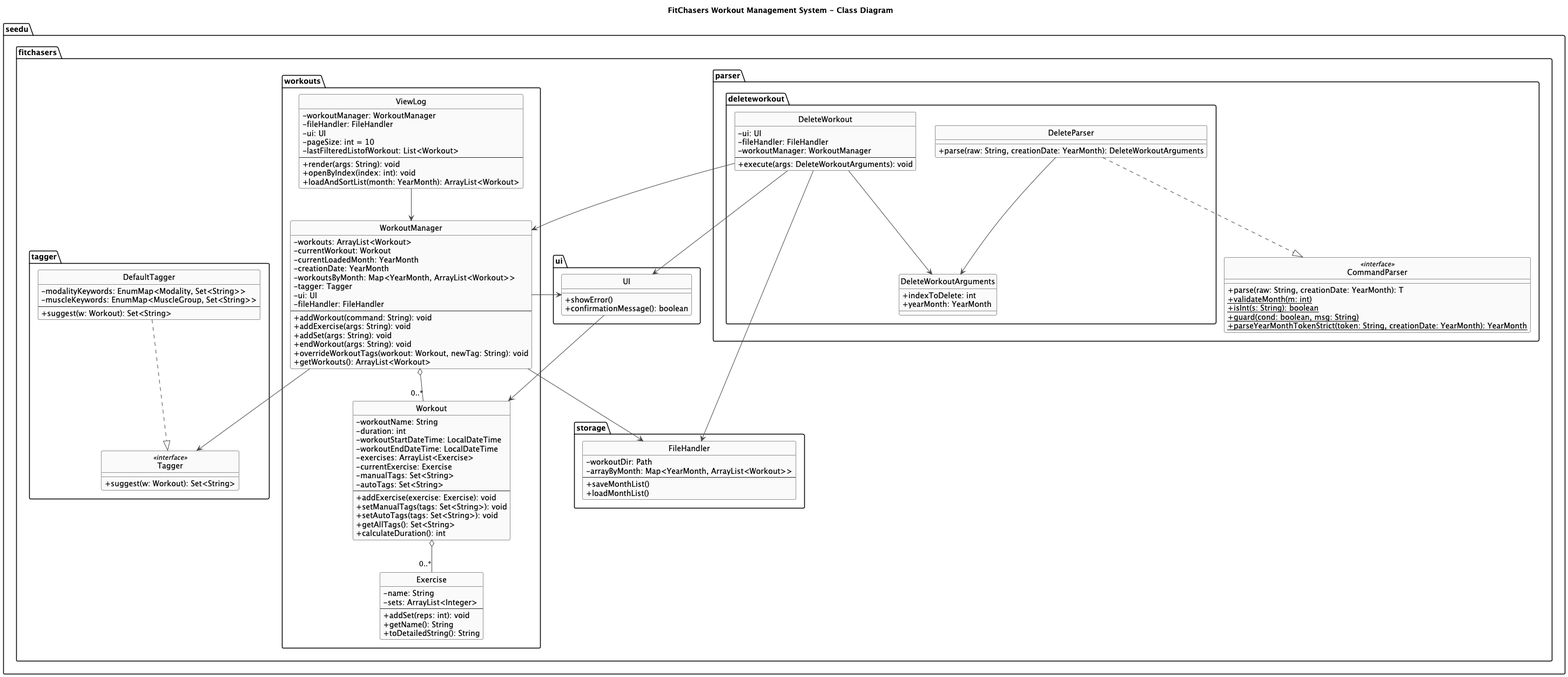
The PlantUML diagram docs/diagrams/WorkoutManager_class_diagram.png in Exceptional-Khoi/tp, before a commit.
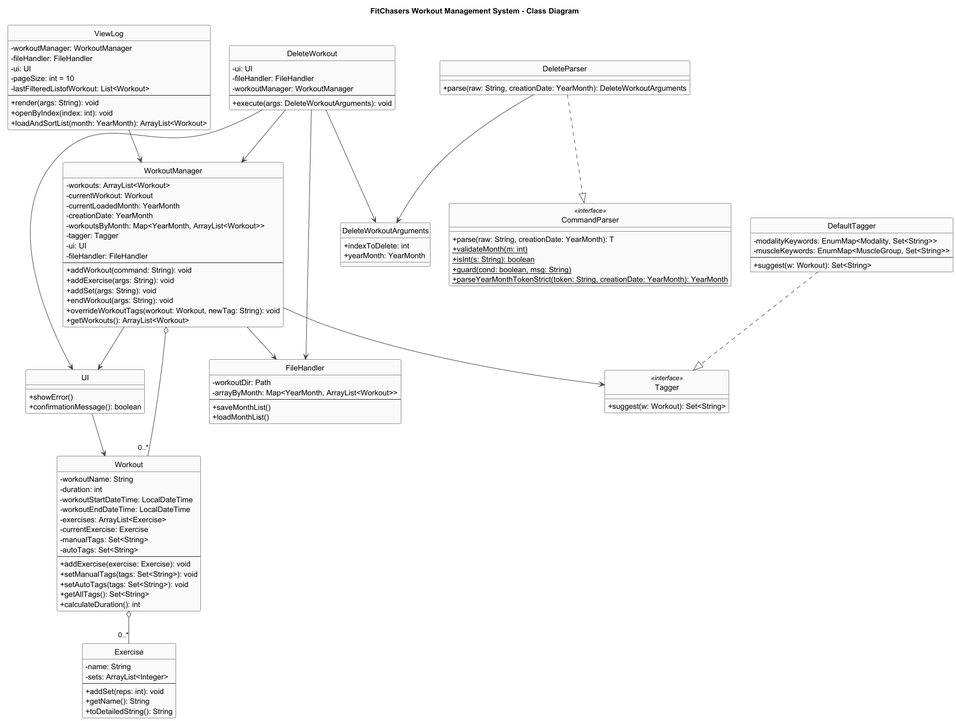
The same diagram one commit later.

What changed in the source:
```diff
@@ -9,122 +9,111 @@
 skinparam NoteBorderColor #2196F3
 hide circle
 
-package "seedu.fitchasers.workouts" {
-  class WorkoutManager {
-    -workouts: ArrayList<Workout>
-    -currentWorkout: Workout
-    -currentLoadedMonth: YearMonth
-    -creationDate: YearMonth
-    -workoutsByMonth: Map<YearMonth, ArrayList<Workout>>
-    -tagger: Tagger
-    -ui: UI
-    -fileHandler: FileHandler
-    --
-    +addWorkout(command: String): void
-    +addExercise(args: String): void
-    +addSet(args: String): void
-    +endWorkout(args: String): void
-    +overrideWorkoutTags(workout: Workout, newTag: String): void
-    +getWorkouts(): ArrayList<Workout>
-  }
-
-  class Workout {
-    -workoutName: String
-    -duration: int
-    -workoutStartDateTime: LocalDateTime
-    -workoutEndDateTime: LocalDateTime
-    -exercises: ArrayList<Exercise>
-    -currentExercise: Exercise
-    -manualTags: Set<String>
-    -autoTags: Set<String>
-    --
-    +addExercise(exercise: Exercise): void
-    +setManualTags(tags: Set<String>): void
-    +setAutoTags(tags: Set<String>): void
-    +getAllTags(): Set<String>
-    +calculateDuration(): int
-  }
-
-  class Exercise {
-    -name: String
-    -sets: ArrayList<Integer>
-    --
-    +addSet(reps: int): void
-    +getName(): String
-    +toDetailedString(): String
-  }
-
-  class ViewLog {
-    -workoutManager: WorkoutManager
-    -fileHandler: FileHandler
-    -ui: UI
-    -pageSize: int = 10
-    -lastFilteredListofWorkout: List<Workout>
-    --
-    +render(args: String): void
-    +openByIndex(index: int): void
-    +loadAndSortList(month: YearMonth): ArrayList<Workout>
-  }
+class WorkoutManager {
+-workouts: ArrayList<Workout>
+-currentWorkout: Workout
+-currentLoadedMonth: YearMonth
+-creationDate: YearMonth
+-workoutsByMonth: Map<YearMonth, ArrayList<Workout>>
+-tagger: Tagger
+-ui: UI
+-fileHandler: FileHandler
+--
++addWorkout(command: String): void
++addExercise(args: String): void
++addSet(args: String): void
++endWorkout(args: String): void
++overrideWorkoutTags(workout: Workout, newTag: String): void
++getWorkouts(): ArrayList<Workout>
 }
 
-package "seedu.fitchasers.parser" {
-  class CommandParser <<interface>> {
-    +parse(raw: String, creationDate: YearMonth): T
-    {static} +validateMonth(m: int)
-    {static} +isInt(s: String): boolean
-    {static} +guard(cond: boolean, msg: String)
-    {static} +parseYearMonthTokenStrict(token: String, creationDate: YearMonth): YearMonth
-  }
+class Workout {
+-workoutName: String
+-duration: int
+-workoutStartDateTime: LocalDateTime
+-workoutEndDateTime: LocalDateTime
+-exercises: ArrayList<Exercise>
+-currentExercise: Exercise
+-manualTags: Set<String>
+-autoTags: Set<String>
+--
++addExercise(exercise: Exercise): void
++setManualTags(tags: Set<String>): void
++setAutoTags(tags: Set<String>): void
++getAllTags(): Set<String>
++calculateDuration(): int
 }
 
-package "seedu.fitchasers.parser.deleteworkout" {
-  class DeleteParser {
-    +parse(raw: String, creationDate: YearMonth): DeleteWorkoutArguments
-  }
-
-  record DeleteWorkoutArguments {
-    +indexToDelete: int
-    +yearMonth: YearMonth
-  }
-
-  class DeleteWorkout {
-    -ui: UI
-    -fileHandler: FileHandler
-    -workoutManager: WorkoutManager
-    --
-    +execute(args: DeleteWorkoutArguments): void
-  }
+class Exercise {
+-name: String
+-sets: ArrayList<Integer>
+--
++addSet(reps: int): void
++getName(): String
++toDetailedString(): String
 }
 
-package "seedu.fitchasers.tagger" {
-  class Tagger <<interface>> {
-    +suggest(w: Workout): Set<String>
-  }
-
-  class DefaultTagger {
-    -modalityKeywords: EnumMap<Modality, Set<String>>
-    -muscleKeywords: EnumMap<MuscleGroup, Set<String>>
-    --
-    +suggest(w: Workout): Set<String>
-  }
+class ViewLog {
+-workoutManager: WorkoutManager
+-fileHandler: FileHandler
+-ui: UI
+-pageSize: int = 10
+-lastFilteredListofWorkout: List<Workout>
+--
++render(args: String): void
++openByIndex(index: int): void
++loadAndSortList(month: YearMonth): ArrayList<Workout>
 }
 
-package "seedu.fitchasers.storage" {
-  class FileHandler {
-    -workoutDir: Path
-    -arrayByMonth: Map<YearMonth, ArrayList<Workout>>
-    --
-    +saveMonthList()
-    +loadMonthList()
-  }
+class CommandParser <<interface>> {
++parse(raw: String, creationDate: YearMonth): T
+{static} +validateMonth(m: int)
+{static} +isInt(s: String): boolean
+{static} +guard(cond: boolean, msg: String)
+{static} +parseYearMonthTokenStrict(token: String, creationDate: YearMonth): YearMonth
 }
 
-package "seedu.fitchasers.ui" {
-  class UI {
-    +showError()
-    +confirmationMessage(): boolean
-  }
+class DeleteParser {
++parse(raw: String, creationDate: YearMonth): DeleteWorkoutArguments
 }
+
+record DeleteWorkoutArguments {
++indexToDelete: int
++yearMonth: YearMonth
+}
+
+class DeleteWorkout {
+-ui: UI
+-fileHandler: FileHandler
+-workoutManager: WorkoutManager
+--
++execute(args: DeleteWorkoutArguments): void
+}
+
+class Tagger <<interface>> {
++suggest(w: Workout): Set<String>
+}
+
+class DefaultTagger {
+-modalityKeywords: EnumMap<Modality, Set<String>>
+-muscleKeywords: EnumMap<MuscleGroup, Set<String>>
+--
++suggest(w: Workout): Set<String>
+}
+
+class FileHandler {
+-workoutDir: Path
+-arrayByMonth: Map<YearMonth, ArrayList<Workout>>
+--
++saveMonthList()
++loadMonthList()
+}
+
+class UI {
++showError()
++confirmationMessage(): boolean
+}
+
 
 WorkoutManager o-- "0..*" Workout
 Workout o-- "0..*" Exercise
```
